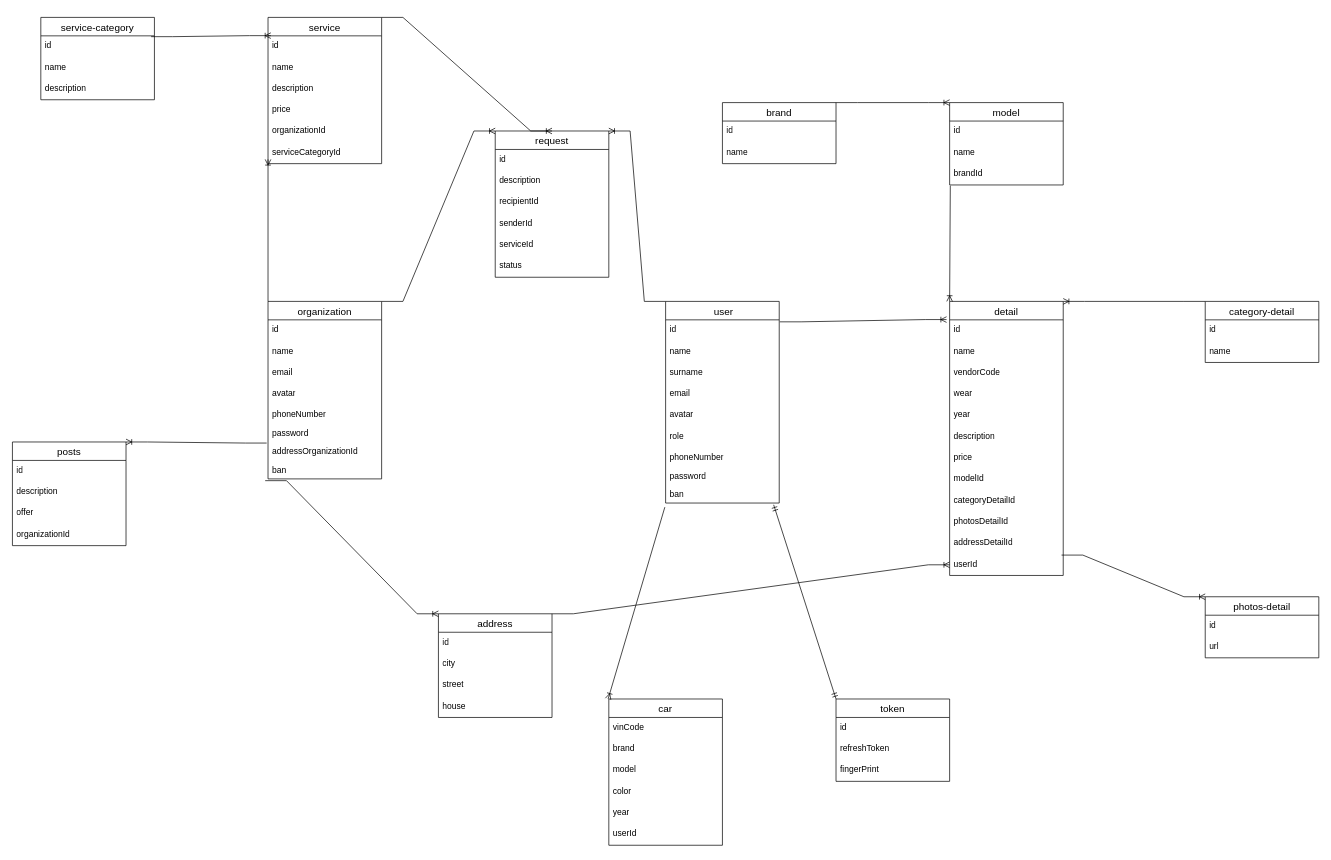
This is server/assets/schema-db.drawio from basharinandrej/cars, a draw.io file, before an edit. Source tidied: cells renumbered, new cells numbered last; positions are measured from the earlier drawing's top-left corner, leaving out a move shared by most shapes. Both pictures are drawn from the tidied source at 71%, with x=0, y=0 at pixel (12, 17).
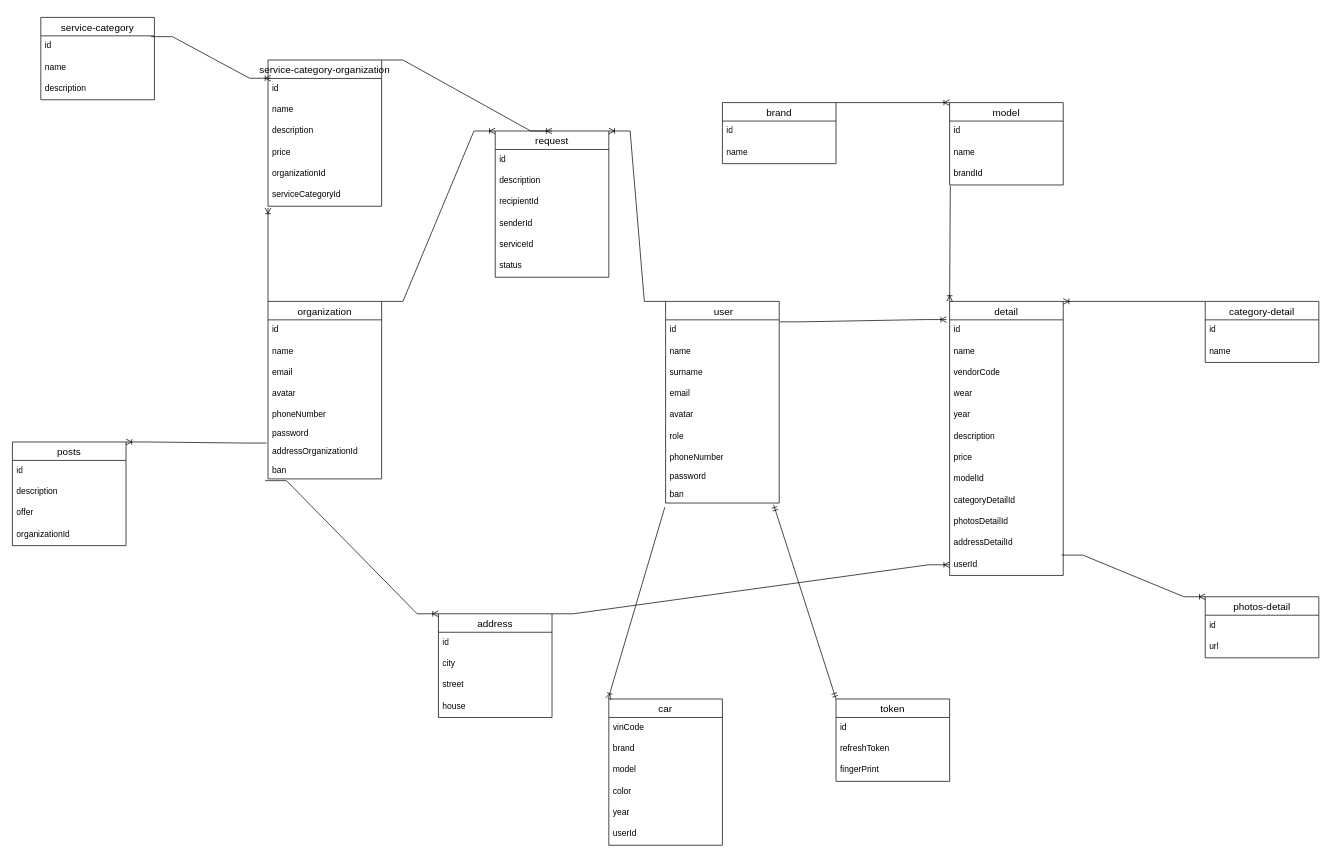
Above is the later version.

Unchanged cells that the change refers to:
```xml
<mxCell id="48" value="organization" style="swimlane;fontStyle=0;horizontal=1;startSize=26;align=center;fontSize=14;" parent="1" vertex="1">
  <mxGeometry x="360" y="400" width="160" height="250" as="geometry" />
</mxCell>
<mxCell id="69" value="serviceCategoryId" style="text;strokeColor=none;fillColor=none;spacingLeft=4;spacingRight=4;overflow=hidden;points=[[0,0.5],[1,0.5]];portConstraint=eastwest;fontSize=12;whiteSpace=wrap;html=1;" parent="63" vertex="1">
  <mxGeometry y="176" width="160" height="30" as="geometry" />
</mxCell>
```

Diff of the diagram source:
```diff
@@
-    <mxCell id="63" value="service" style="swimlane;fontStyle=0;horizontal=1;startSize=26;align=center;fontSize=14;" parent="1" vertex="1">
-      <mxGeometry x="360" width="160" height="206" as="geometry" />
+    <mxCell id="63" value="service-category-organization" style="swimlane;fontStyle=0;horizontal=1;startSize=26;align=center;fontSize=14;" parent="1" vertex="1">
+      <mxGeometry x="360" y="60" width="160" height="206" as="geometry" />
     </mxCell>
@@
-    <mxCell id="70" style="fontSize=12;html=1;endArrow=ERoneToMany;rounded=0;exitX=0;exitY=0;exitDx=0;exitDy=0;" parent="1" edge="1" source="48">
-      <mxGeometry relative="1" as="geometry">
-        <mxPoint x="360" y="200" as="targetPoint" />
-      </mxGeometry>
+    <mxCell id="70" style="fontSize=12;html=1;endArrow=ERoneToMany;rounded=0;exitX=0;exitY=0;exitDx=0;exitDy=0;entryX=0;entryY=1.083;entryDx=0;entryDy=0;entryPerimeter=0;" parent="1" edge="1" source="48" target="69">
+      <mxGeometry relative="1" as="geometry" />
     </mxCell>
```
